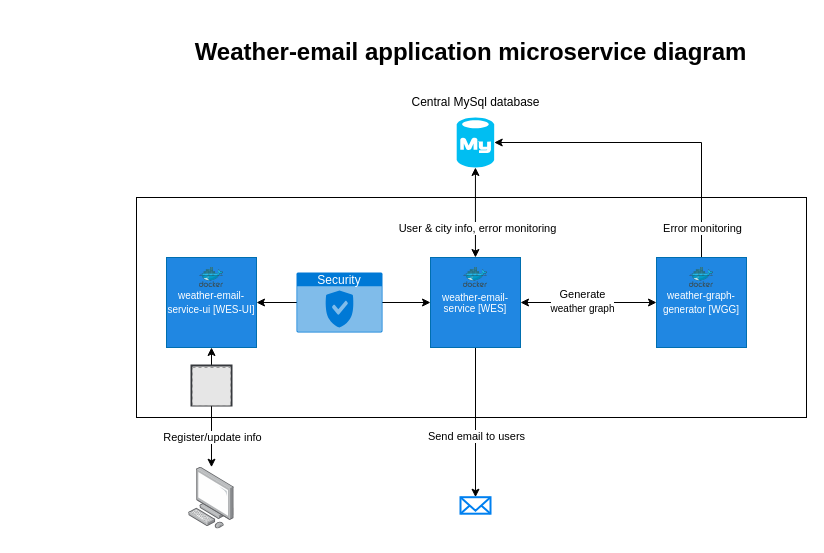
jakvitov/weather-email-central keeps this draw.io diagram as diagrams/WeatherEmailMicroserviceDiagram.drawio. Above is the earlier version. Source tidied: cells renumbered, new cells numbered last; positions are measured from the earlier drawing's top-left corner, leaving out a move shared by most shapes. Both pictures are drawn from the tidied source at 100%, with x=0, y=0 at pixel (136, 17). Pictures stored in the file or linked from it are replaced by grey dashed boxes.
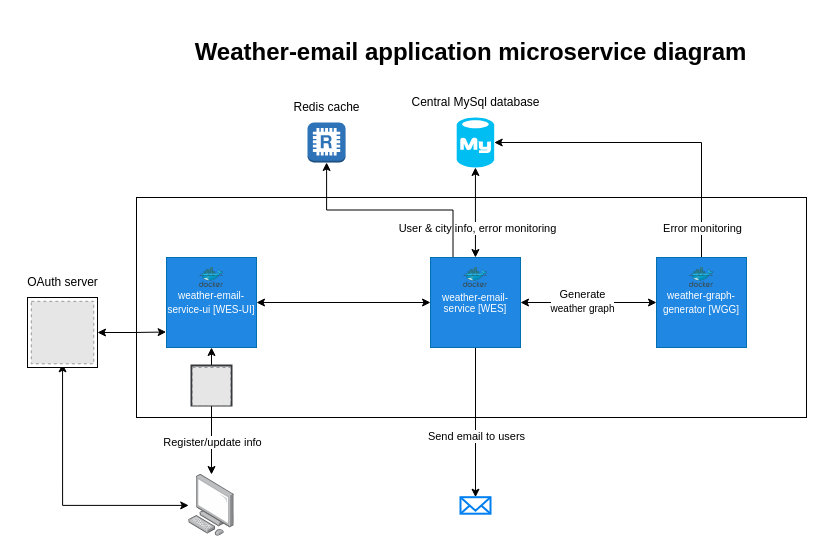
The same diagram, later.

Commit message (it also covers changes not shown here):
Service diagram updated

The change refers to these unchanged cells:
```xml
<mxCell id="10" value="&lt;p style=&quot;line-height: 110%; font-size: 10px;&quot;&gt;&lt;span style=&quot;&quot;&gt;weather-email-service&amp;nbsp;&lt;/span&gt;&lt;span style=&quot;background-color: initial;&quot;&gt;[WES]&lt;/span&gt;&lt;/p&gt;" style="whiteSpace=wrap;html=1;fillColor=#2087E2;fontColor=#ffffff;strokeColor=#006EAF;" parent="1" vertex="1">
  <mxGeometry x="294" y="240" width="90" height="90" as="geometry" />
</mxCell>
<mxCell id="13" value="&lt;p style=&quot;line-height: 110%;&quot;&gt;&lt;font style=&quot;font-size: 10px;&quot;&gt;weather-email-service-ui [WES-UI]&lt;/font&gt;&lt;/p&gt;" style="whiteSpace=wrap;html=1;fillColor=#2087E2;fontColor=#ffffff;strokeColor=#006EAF;" parent="1" vertex="1">
  <mxGeometry x="30" y="240" width="90" height="90" as="geometry" />
</mxCell>
```

Change to the diagram source:
```diff
@@
+    <mxCell id="28" style="edgeStyle=orthogonalEdgeStyle;rounded=0;jettySize=auto;html=1;exitX=0.25;exitY=0;exitDx=0;exitDy=0;" parent="1" edge="1" source="10" target="30">
+      <mxGeometry relative="1" as="geometry" />
+    </mxCell>
@@
-    <mxCell id="20" value="Security" style="html=1;whiteSpace=wrap;strokeColor=none;fillColor=#0079D6;labelPosition=center;verticalLabelPosition=middle;verticalAlign=top;align=center;fontSize=12;spacingTop=-6;fontColor=#FFFFFF;sketch=0;shape=mxgraph.sitemap.security;" parent="1" vertex="1">
-      <mxGeometry x="160" y="255" width="86" height="60" as="geometry" />
-    </mxCell>
@@
+    <mxCell id="29" style="edgeStyle=orthogonalEdgeStyle;rounded=0;jettySize=auto;html=1;startArrow=classic;startFill=1;entryX=0.5;entryY=1;entryDx=0;entryDy=0;" parent="1" edge="1" source="23" target="34">
+      <mxGeometry relative="1" as="geometry" />
+    </mxCell>
     <mxCell id="23" style="image;points=[];html=1;align=center;shadow=0;dashed=0;image=img/lib/allied_telesis/computer_and_terminals/Personal_Computer.svg;" parent="1" vertex="1">
-      <mxGeometry x="52.2" y="449.7" width="45.6" height="61.8" as="geometry" />
+      <mxGeometry x="52.2" y="457" width="45.6" height="61.8" as="geometry" />
     </mxCell>
@@
+    <mxCell id="30" style="outlineConnect=0;dashed=0;verticalLabelPosition=bottom;verticalAlign=top;align=center;html=1;shape=mxgraph.aws3.redis;fillColor=#2E73B8;gradientColor=none;" parent="1" vertex="1">
+      <mxGeometry x="171" y="105" width="38.1" height="40" as="geometry" />
+    </mxCell>
+    <mxCell id="31" value="Redis cache" style="text;html=1;align=center;verticalAlign=middle;strokeColor=none;fillColor=none;" parent="1" vertex="1">
+      <mxGeometry x="145.1" y="75" width="90" height="30" as="geometry" />
+    </mxCell>
+    <mxCell id="32" style="edgeStyle=orthogonalEdgeStyle;rounded=0;jettySize=auto;html=1;entryX=-0.004;entryY=0.828;entryDx=0;entryDy=0;entryPerimeter=0;startArrow=classic;startFill=1;" parent="1" edge="1" source="33" target="13">
+      <mxGeometry relative="1" as="geometry" />
+    </mxCell>
+    <mxCell id="33" style="whiteSpace=wrap;html=1;" parent="1" vertex="1">
+      <mxGeometry x="-109" y="280" width="70" height="70" as="geometry" />
+    </mxCell>
+    <mxCell id="34" style="fillColor=#E6E6E6;strokeColor=#999999;dashed=1;verticalLabelPosition=bottom;labelBackgroundColor=default;verticalAlign=top;" parent="1" vertex="1">
+      <mxGeometry x="-105.2" y="283.8" width="62.5" height="62.5" as="geometry" />
+    </mxCell>
+    <mxCell id="35" value="OAuth server" style="text;html=1;align=center;verticalAlign=middle;strokeColor=none;fillColor=none;" parent="1" vertex="1">
+      <mxGeometry x="-119" y="250" width="90" height="30" as="geometry" />
+    </mxCell>
```
